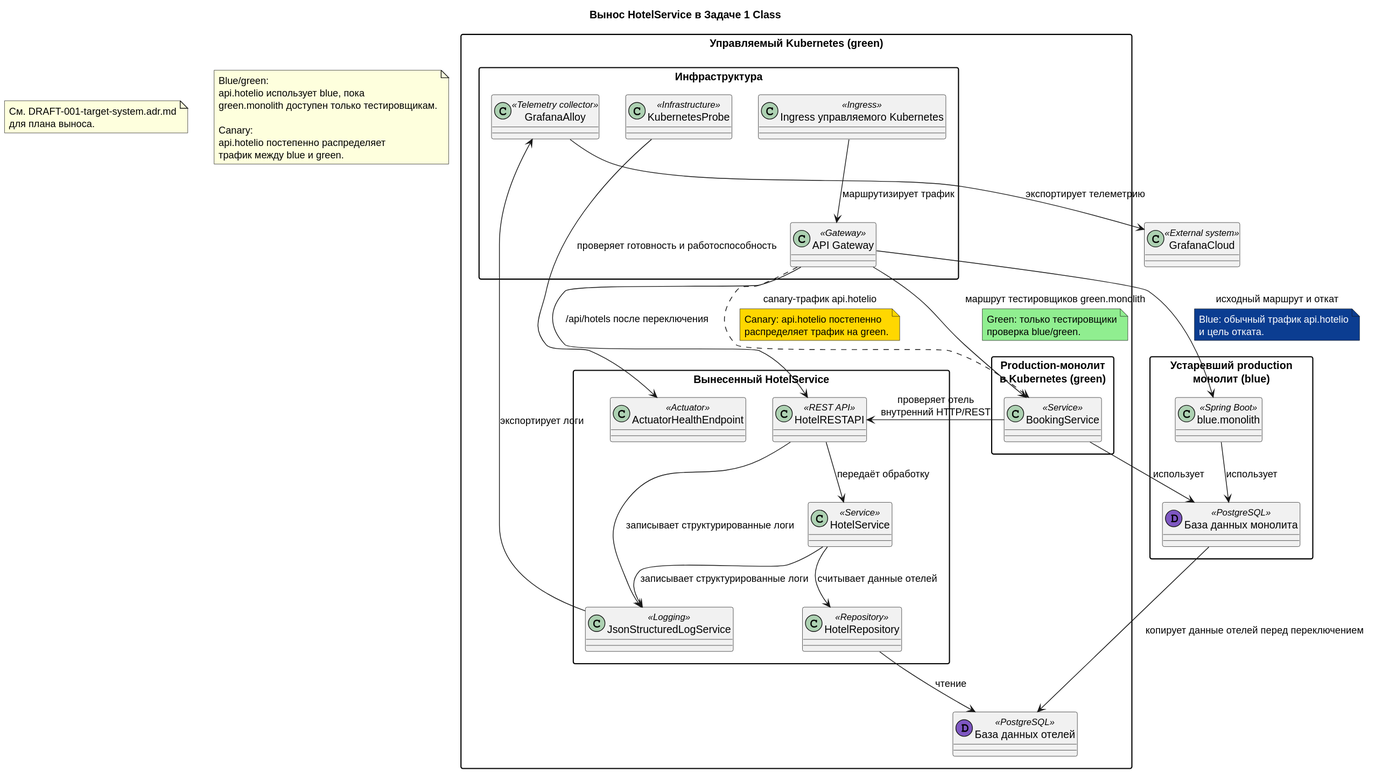
Above: tasks/task1/results/diagrams/.svg/03-task-1-during-extraction.class.ru.svg in vs-ya-practicum/02-hotelio-fork (PlantUML), before the change. Source of this version:
```plantuml
@startuml
title Вынос HotelService в Задаче 1 Class

skinparam packageStyle rectangle

note "См. DRAFT-001-target-system.adr.md\nдля плана выноса." as adrNote
note "Blue/green:\napi.hotelio использует blue, пока\ngreen.monolith доступен только тестировщикам.\n\nCanary:\napi.hotelio постепенно распределяет\nтрафик между blue и green." as rolloutNote

package "Устаревший production\nмонолит (blue)" {
    class "blue.monolith" as blueMonolith <<Spring Boot>>

    dataclass "База данных монолита" as monolithDb <<PostgreSQL>>
}


package "Управляемый Kubernetes (green)" {
    package "Инфраструктура" {
        class "Ingress управляемого Kubernetes" as ingress <<Ingress>>
        class "API Gateway" as apiGateway <<Gateway>>
        class KubernetesProbe <<Infrastructure>>
        class GrafanaAlloy <<Telemetry collector>>
    }

    package "Production-монолит\nв Kubernetes (green)" {
        class BookingService <<Service>>
    }

    package "Вынесенный HotelService" as ExtractedHotelService {
        class HotelRESTAPI <<REST API>>
        class HotelService <<Service>>
        class HotelRepository <<Repository>>
        class ActuatorHealthEndpoint <<Actuator>>
        class JsonStructuredLogService <<Logging>>
    }

    dataclass "База данных отелей" as hotelDb <<PostgreSQL>>
}

class GrafanaCloud <<External system>>

ingress --> apiGateway : маршрутизирует трафик
apiGateway --> blueMonolith : исходный маршрут и откат
note on link #0B3D91
    <color:white>Blue: обычный трафик api.hotelio%n()<color:white>и цель отката.</color>
end note
apiGateway --> BookingService : маршрут тестировщиков green.monolith
note on link #lightgreen
    <color:black>Green: только тестировщики%n()<color:black>проверка blue/green.</color>
end note
apiGateway ..> BookingService : canary-трафик api.hotelio
note on link #FFD700
    Canary: api.hotelio постепенно%n()распределяет трафик на green.
end note
apiGateway --> HotelRESTAPI : /api/hotels после переключения
KubernetesProbe --> ActuatorHealthEndpoint : проверяет готовность и работоспособность

blueMonolith --> monolithDb : использует
BookingService --> monolithDb : использует
monolithDb --> hotelDb : копирует данные отелей перед переключением

BookingService --> HotelRESTAPI : проверяет отель\nвнутренний HTTP/REST
HotelRESTAPI --> HotelService : передаёт обработку
HotelService --> HotelRepository : считывает данные отелей
HotelRepository --> hotelDb : чтение
HotelRESTAPI --> JsonStructuredLogService : записывает структурированные логи
HotelService --> JsonStructuredLogService : записывает структурированные логи
JsonStructuredLogService --> GrafanaAlloy : экспортирует логи
GrafanaAlloy --> GrafanaCloud : экспортирует телеметрию
@enduml
```
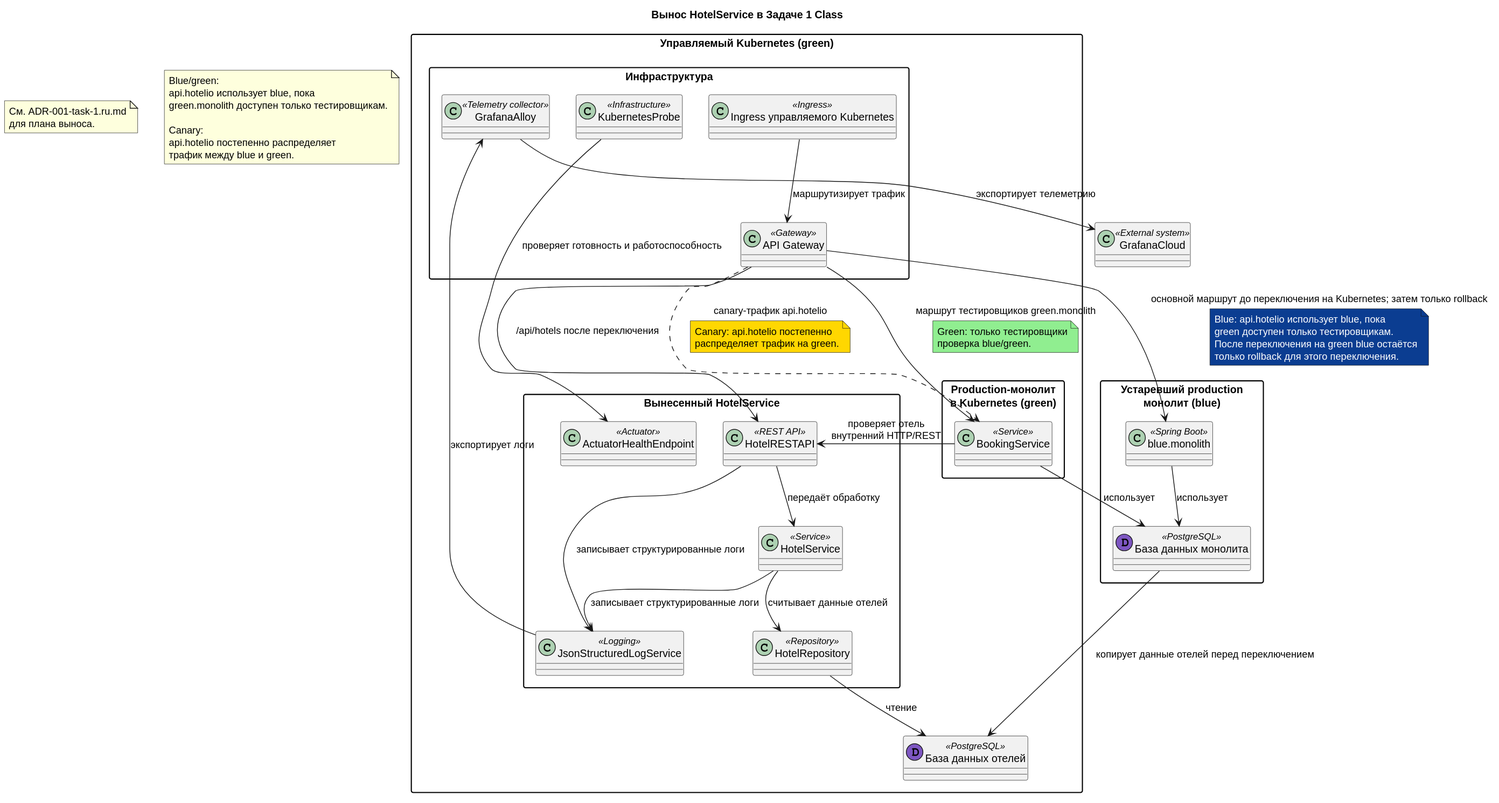
The same file after the commit.

Commit message:
[task1] Update (docs): adr, diagrams, readme

The edit, as a diff of the source:
```diff
@@ -3,7 +3,7 @@
 
 skinparam packageStyle rectangle
 
-note "См. DRAFT-001-target-system.adr.md\nдля плана выноса." as adrNote
+note "См. ADR-001-task-1.ru.md\nдля плана выноса." as adrNote
 note "Blue/green:\napi.hotelio использует blue, пока\ngreen.monolith доступен только тестировщикам.\n\nCanary:\napi.hotelio постепенно распределяет\nтрафик между blue и green." as rolloutNote
 
 package "Устаревший production\nмонолит (blue)" {
@@ -39,9 +39,9 @@
 class GrafanaCloud <<External system>>
 
 ingress --> apiGateway : маршрутизирует трафик
-apiGateway --> blueMonolith : исходный маршрут и откат
+apiGateway --> blueMonolith : основной маршрут до переключения на Kubernetes; затем только rollback
 note on link #0B3D91
-    <color:white>Blue: обычный трафик api.hotelio%n()<color:white>и цель отката.</color>
+    <color:white>Blue: api.hotelio использует blue, пока%n()<color:white>green доступен только тестировщикам.%n()<color:white>После переключения на green blue остаётся%n()<color:white>только rollback для этого переключения.</color>
 end note
 apiGateway --> BookingService : маршрут тестировщиков green.monolith
 note on link #lightgreen
```
